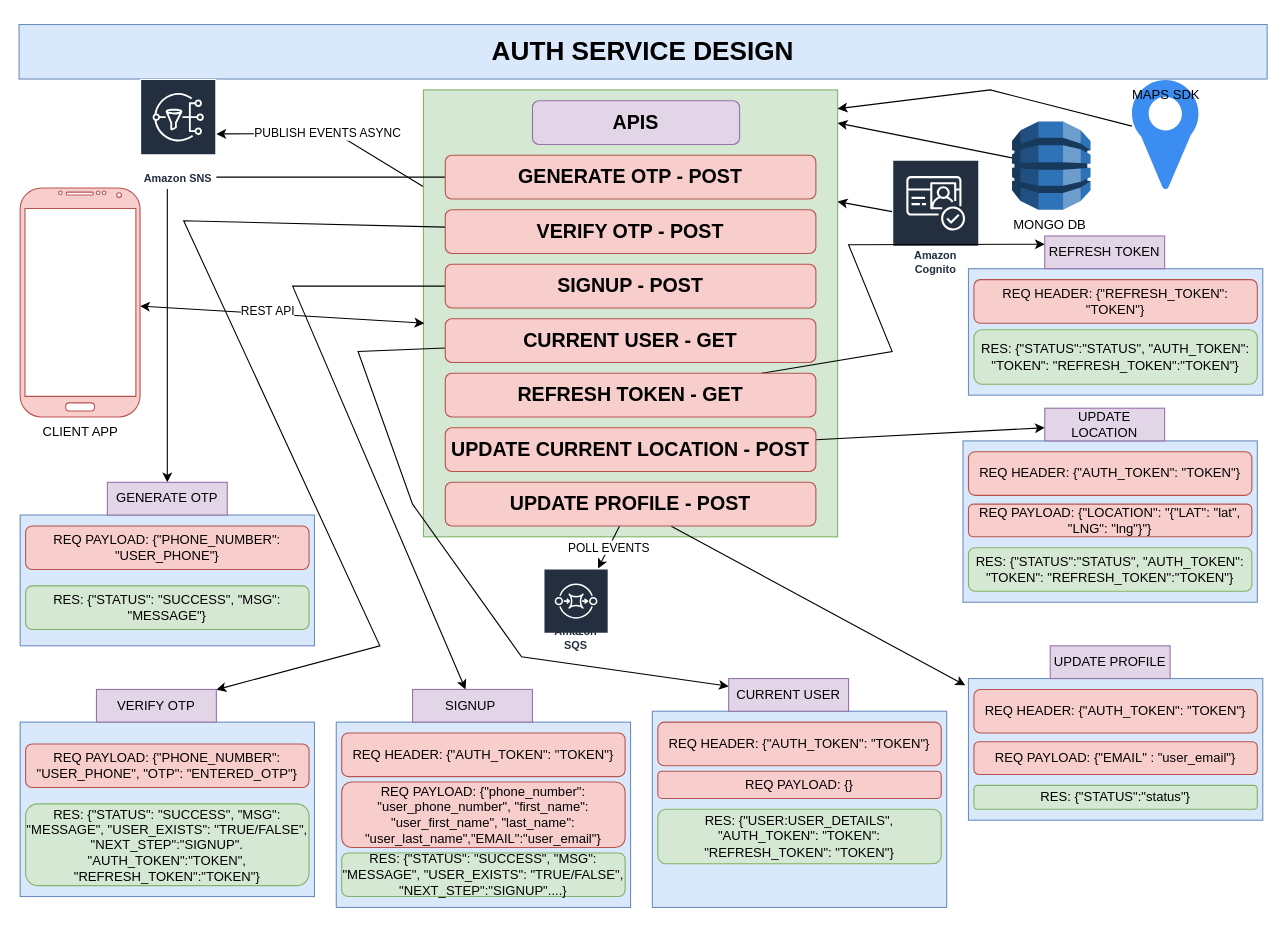
NiharikaBalaga/rewarding-sale-app-docs keeps this draw.io diagram as page "AUTH SERVICE" (5 of 6) of rewards_app_system_design.drawio. Above is the earlier version. Source tidied: cells renumbered, new cells numbered last; positions are measured from the earlier drawing's top-left corner, leaving out a move shared by most shapes. Both pictures are drawn from the tidied source at 109%, with x=0, y=0 at pixel (19, 24).
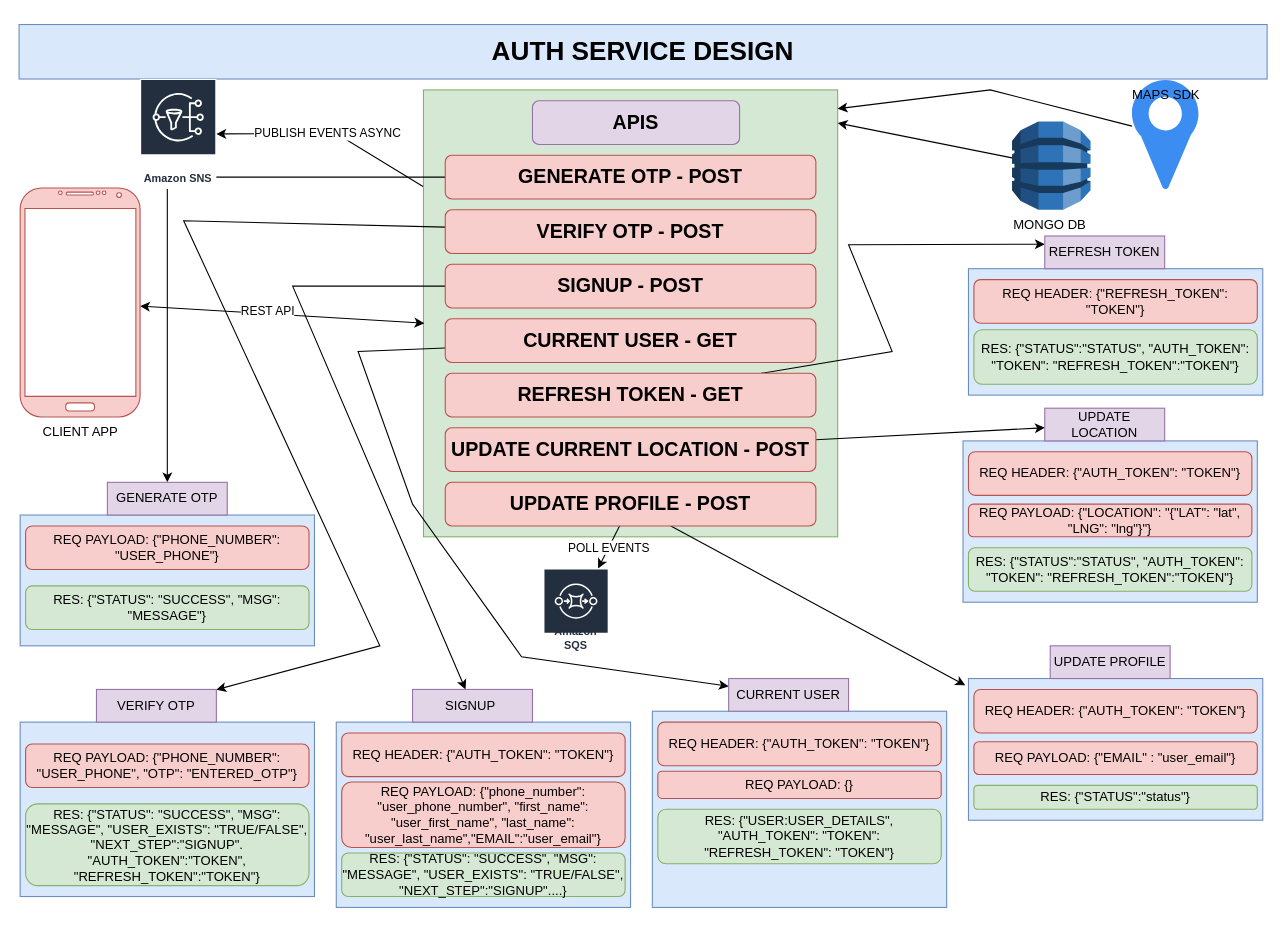
The same diagram, later.

Unchanged cells that the change refers to:
```xml
<mxCell id="6" style="rounded=0;whiteSpace=wrap;html=1;fillColor=#d5e8d4;strokeColor=#82b366;" parent="1" vertex="1">
  <mxGeometry x="371" y="60" width="380" height="410" as="geometry" />
</mxCell>
```

What changed in the source:
```diff
@@
-    <mxCell id="4" style="rounded=0;jettySize=auto;html=1;strokeColor=none;" parent="1" edge="1" source="6" target="9">
-      <mxGeometry relative="1" as="geometry" />
+    <mxCell id="4" style="rounded=0;jettySize=auto;html=1;strokeColor=none;" parent="1" edge="1" source="6">
+      <mxGeometry relative="1" as="geometry">
+        <mxPoint x="801" y="191.3" as="targetPoint" />
+      </mxGeometry>
     </mxCell>
@@
-    <mxCell id="8" style="edgeStyle=none;rounded=0;jettySize=auto;html=1;entryX=1;entryY=0.25;entryDx=0;entryDy=0;strokeColor=default;" parent="1" edge="1" source="9" target="6">
-      <mxGeometry relative="1" as="geometry" />
-    </mxCell>
-    <mxCell id="9" value="Amazon Cognito" style="sketch=0;outlineConnect=0;fontColor=#232F3E;gradientColor=none;strokeColor=#ffffff;fillColor=#232F3E;dashed=0;verticalLabelPosition=middle;verticalAlign=bottom;align=center;html=1;whiteSpace=wrap;fontSize=10;fontStyle=1;spacing=3;shape=mxgraph.aws4.productIcon;prIcon=mxgraph.aws4.cognito;" parent="1" vertex="1">
-      <mxGeometry x="801" y="124" width="80" height="110" as="geometry" />
-    </mxCell>
```
